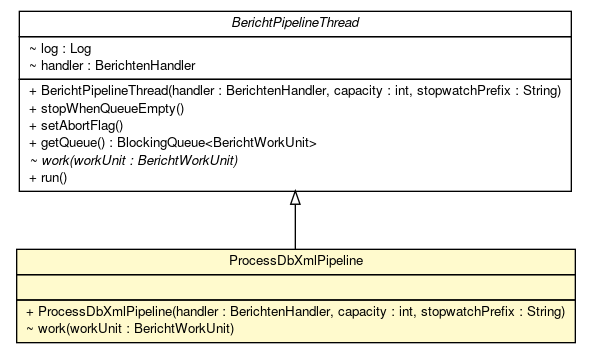
The Graphviz diagram brmo-loader/apidocs/nl/b3p/brmo/loader/pipeline/ProcessDbXmlPipeline.png in B3Partners/brmo, before a commit. Its source is kept beside it as brmo-loader/apidocs/nl/b3p/brmo/loader/pipeline/ProcessDbXmlPipeline.dot. Its diagram source:
```dot

digraph G {
	edge [fontname="Helvetica",fontsize=10,labelfontname="Helvetica",labelfontsize=10];
	node [fontname="Helvetica",fontsize=10,shape=plaintext];
	nodesep=0.25;
	ranksep=0.5;
	c2254 [label=<<table title="nl.b3p.brmo.loader.pipeline.ProcessDbXmlPipeline" border="0" cellborder="1" cellspacing="0" cellpadding="2" port="p" bgcolor="lemonChiffon" href="./ProcessDbXmlPipeline.html">
		<tr><td><table border="0" cellspacing="0" cellpadding="1">
<tr><td align="center" balign="center"> ProcessDbXmlPipeline </td></tr>
		</table></td></tr>
		<tr><td><table border="0" cellspacing="0" cellpadding="1">
<tr><td align="left" balign="left">  </td></tr>
		</table></td></tr>
		<tr><td><table border="0" cellspacing="0" cellpadding="1">
<tr><td align="left" balign="left"> + ProcessDbXmlPipeline(handler : BerichtenHandler, capacity : int, stopwatchPrefix : String) </td></tr>
<tr><td align="left" balign="left"> ~ work(workUnit : BerichtWorkUnit) </td></tr>
		</table></td></tr>
		</table>>, URL="./ProcessDbXmlPipeline.html", fontname="Helvetica", fontcolor="black", fontsize=10.0];
	c2257 [label=<<table title="nl.b3p.brmo.loader.pipeline.BerichtPipelineThread" border="0" cellborder="1" cellspacing="0" cellpadding="2" port="p" href="./BerichtPipelineThread.html">
		<tr><td><table border="0" cellspacing="0" cellpadding="1">
<tr><td align="center" balign="center"><font face="Helvetica-Oblique"> BerichtPipelineThread </font></td></tr>
		</table></td></tr>
		<tr><td><table border="0" cellspacing="0" cellpadding="1">
<tr><td align="left" balign="left"> ~ log : Log </td></tr>
<tr><td align="left" balign="left"> ~ handler : BerichtenHandler </td></tr>
		</table></td></tr>
		<tr><td><table border="0" cellspacing="0" cellpadding="1">
<tr><td align="left" balign="left"> + BerichtPipelineThread(handler : BerichtenHandler, capacity : int, stopwatchPrefix : String) </td></tr>
<tr><td align="left" balign="left"> + stopWhenQueueEmpty() </td></tr>
<tr><td align="left" balign="left"> + setAbortFlag() </td></tr>
<tr><td align="left" balign="left"> + getQueue() : BlockingQueue&lt;BerichtWorkUnit&gt; </td></tr>
<tr><td align="left" balign="left"><font face="Helvetica-Oblique" point-size="10.0"> ~ work(workUnit : BerichtWorkUnit) </font></td></tr>
<tr><td align="left" balign="left"> + run() </td></tr>
		</table></td></tr>
		</table>>, URL="./BerichtPipelineThread.html", fontname="Helvetica", fontcolor="black", fontsize=10.0];
	c2257:p -> c2254:p [dir=back,arrowtail=empty];
}
```
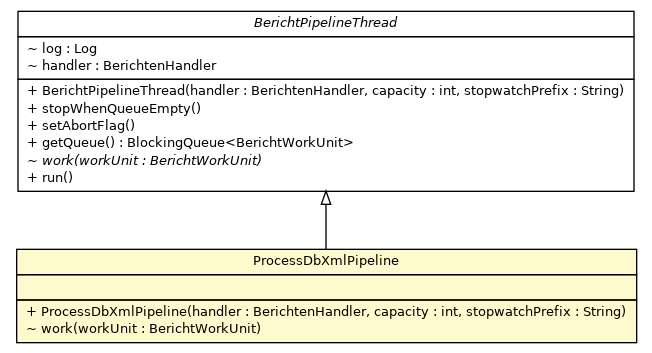
Later version of the same file.

Diff of the diagram source:
```diff
@@ -4,19 +4,7 @@
 	node [fontname="Helvetica",fontsize=10,shape=plaintext];
 	nodesep=0.25;
 	ranksep=0.5;
-	c2254 [label=<<table title="nl.b3p.brmo.loader.pipeline.ProcessDbXmlPipeline" border="0" cellborder="1" cellspacing="0" cellpadding="2" port="p" bgcolor="lemonChiffon" href="./ProcessDbXmlPipeline.html">
-		<tr><td><table border="0" cellspacing="0" cellpadding="1">
-<tr><td align="center" balign="center"> ProcessDbXmlPipeline </td></tr>
-		</table></td></tr>
-		<tr><td><table border="0" cellspacing="0" cellpadding="1">
-<tr><td align="left" balign="left">  </td></tr>
-		</table></td></tr>
-		<tr><td><table border="0" cellspacing="0" cellpadding="1">
-<tr><td align="left" balign="left"> + ProcessDbXmlPipeline(handler : BerichtenHandler, capacity : int, stopwatchPrefix : String) </td></tr>
-<tr><td align="left" balign="left"> ~ work(workUnit : BerichtWorkUnit) </td></tr>
-		</table></td></tr>
-		</table>>, URL="./ProcessDbXmlPipeline.html", fontname="Helvetica", fontcolor="black", fontsize=10.0];
-	c2257 [label=<<table title="nl.b3p.brmo.loader.pipeline.BerichtPipelineThread" border="0" cellborder="1" cellspacing="0" cellpadding="2" port="p" href="./BerichtPipelineThread.html">
+	c2217 [label=<<table title="nl.b3p.brmo.loader.pipeline.BerichtPipelineThread" border="0" cellborder="1" cellspacing="0" cellpadding="2" port="p" href="./BerichtPipelineThread.html">
 		<tr><td><table border="0" cellspacing="0" cellpadding="1">
 <tr><td align="center" balign="center"><font face="Helvetica-Oblique"> BerichtPipelineThread </font></td></tr>
 		</table></td></tr>
@@ -33,5 +21,17 @@
 <tr><td align="left" balign="left"> + run() </td></tr>
 		</table></td></tr>
 		</table>>, URL="./BerichtPipelineThread.html", fontname="Helvetica", fontcolor="black", fontsize=10.0];
-	c2257:p -> c2254:p [dir=back,arrowtail=empty];
+	c2218 [label=<<table title="nl.b3p.brmo.loader.pipeline.ProcessDbXmlPipeline" border="0" cellborder="1" cellspacing="0" cellpadding="2" port="p" bgcolor="lemonChiffon" href="./ProcessDbXmlPipeline.html">
+		<tr><td><table border="0" cellspacing="0" cellpadding="1">
+<tr><td align="center" balign="center"> ProcessDbXmlPipeline </td></tr>
+		</table></td></tr>
+		<tr><td><table border="0" cellspacing="0" cellpadding="1">
+<tr><td align="left" balign="left">  </td></tr>
+		</table></td></tr>
+		<tr><td><table border="0" cellspacing="0" cellpadding="1">
+<tr><td align="left" balign="left"> + ProcessDbXmlPipeline(handler : BerichtenHandler, capacity : int, stopwatchPrefix : String) </td></tr>
+<tr><td align="left" balign="left"> ~ work(workUnit : BerichtWorkUnit) </td></tr>
+		</table></td></tr>
+		</table>>, URL="./ProcessDbXmlPipeline.html", fontname="Helvetica", fontcolor="black", fontsize=10.0];
+	c2217:p -> c2218:p [dir=back,arrowtail=empty];
 }
```
